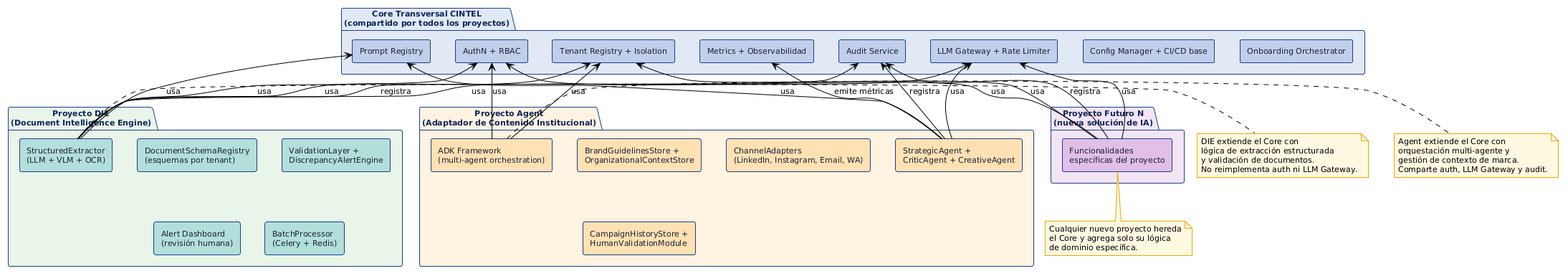
Above: transversales/assets/img/diagramas/separacion-core-proyectos.png in sedibuc/documentacion_cintel (PlantUML), before the change.
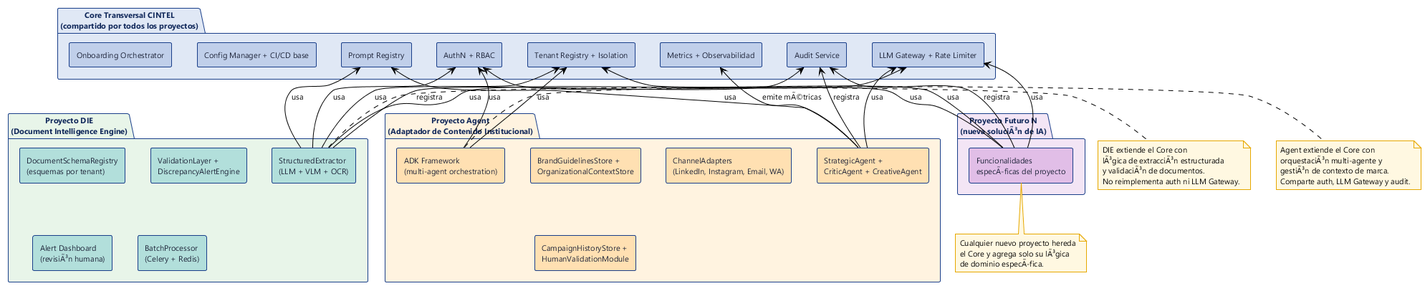
After the commit.

The edit, as a diff of the source:
```diff
@@ -1,4 +1,4 @@
-@startuml
+@startuml separacion-core-proyectos
 !theme plain
 skinparam backgroundColor white
 skinparam shadowing false
@@ -41,7 +41,7 @@
   rectangle "StructuredExtractor\n(LLM + VLM + OCR)" as extractor #b2dfdb
   rectangle "DocumentSchemaRegistry\n(esquemas por tenant)" as schema #b2dfdb
   rectangle "ValidationLayer +\nDiscrepancyAlertEngine" as validation #b2dfdb
-  rectangle "Alert Dashboard\n(revisión humana)" as alertdash #b2dfdb
+  rectangle "Alert Dashboard\n(revisiÃ³n humana)" as alertdash #b2dfdb
   rectangle "BatchProcessor\n(Celery + Redis)" as batch #b2dfdb
 
 }
@@ -56,8 +56,8 @@
 
 }
 
-package "Proyecto Futuro N\n(nueva solución de IA)" #f3e5f5 {
-  rectangle "Funcionalidades\nespecíficas del proyecto" as future #e1bee7
+package "Proyecto Futuro N\n(nueva soluciÃ³n de IA)" #f3e5f5 {
+  rectangle "Funcionalidades\nespecÃ­ficas del proyecto" as future #e1bee7
 }
 
 auth <-- extractor : usa
@@ -71,7 +71,7 @@
 llm <-- agents : usa
 audit <-- agents : registra
 prompts <-- agents : usa
-obs <-- agents : emite métricas
+obs <-- agents : emite mÃ©tricas
 
 auth <-- future : usa
 tenant <-- future : usa
@@ -80,21 +80,22 @@
 
 note right of extractor
   DIE extiende el Core con
-  lógica de extracción estructurada
-  y validación de documentos.
+  lÃ³gica de extracciÃ³n estructurada
+  y validaciÃ³n de documentos.
   No reimplementa auth ni LLM Gateway.
 end note
 
 note right of adk
   Agent extiende el Core con
-  orquestación multi-agente y
-  gestión de contexto de marca.
+  orquestaciÃ³n multi-agente y
+  gestiÃ³n de contexto de marca.
   Comparte auth, LLM Gateway y audit.
 end note
 
 note bottom of future
   Cualquier nuevo proyecto hereda
-  el Core y agrega solo su lógica
-  de dominio específica.
+  el Core y agrega solo su lÃ³gica
+  de dominio especÃ­fica.
 end note
+
 @enduml
```
